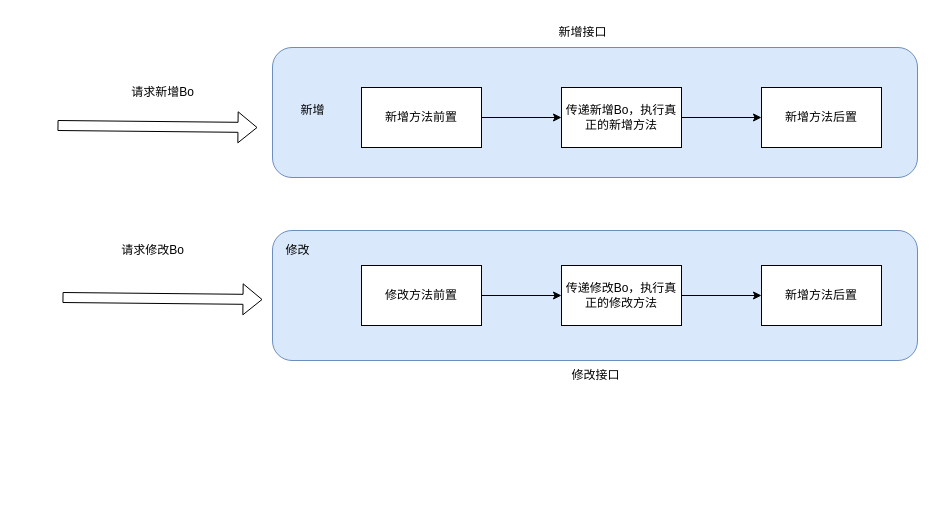
Above: 统一reqbo方案2.drawio in yanglaiyi/cloud_image (draw.io), before the change. Source tidied: cells renumbered, new cells numbered last; positions are measured from the earlier drawing's top-left corner, leaving out a move shared by most shapes. Both pictures are drawn from the tidied source at 100%, with x=0, y=0 at pixel (17, 17).
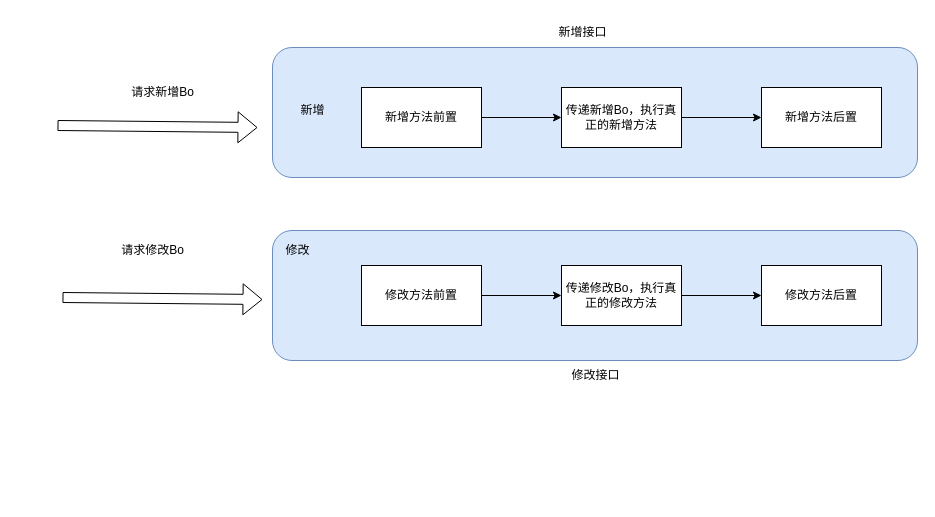
The same diagram, later.

Commit message (it also covers changes not shown here):
更新统一reqbo方案2.drawio

What changed in the source:
```diff
@@
-    <mxCell id="16" value="新增方法后置" style="rounded=0;whiteSpace=wrap;html=1;" parent="1" vertex="1">
+    <mxCell id="16" value="修改方法后置" style="rounded=0;whiteSpace=wrap;html=1;" parent="1" vertex="1">
       <mxGeometry x="744" y="248" width="120" height="60" as="geometry" />
     </mxCell>
```
